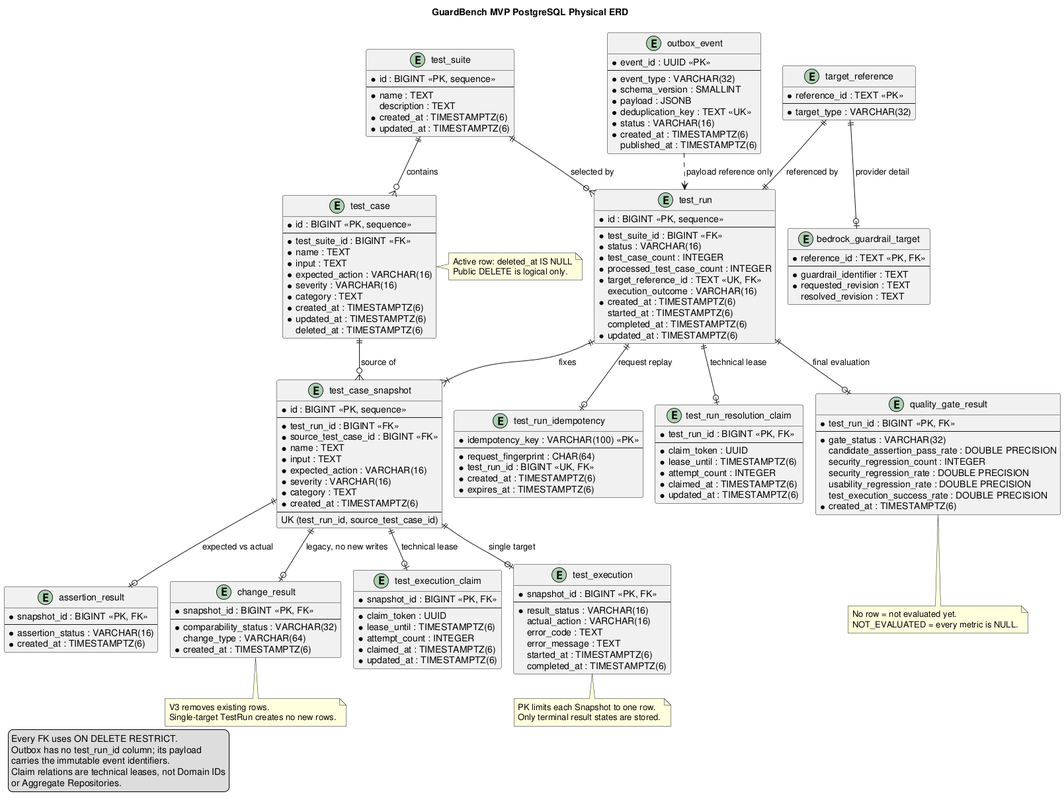
Earlier version of the PlantUML export docs/diagrams/guardbench-mvp-physical-erd.png (GuardBench/guardbench-backend).
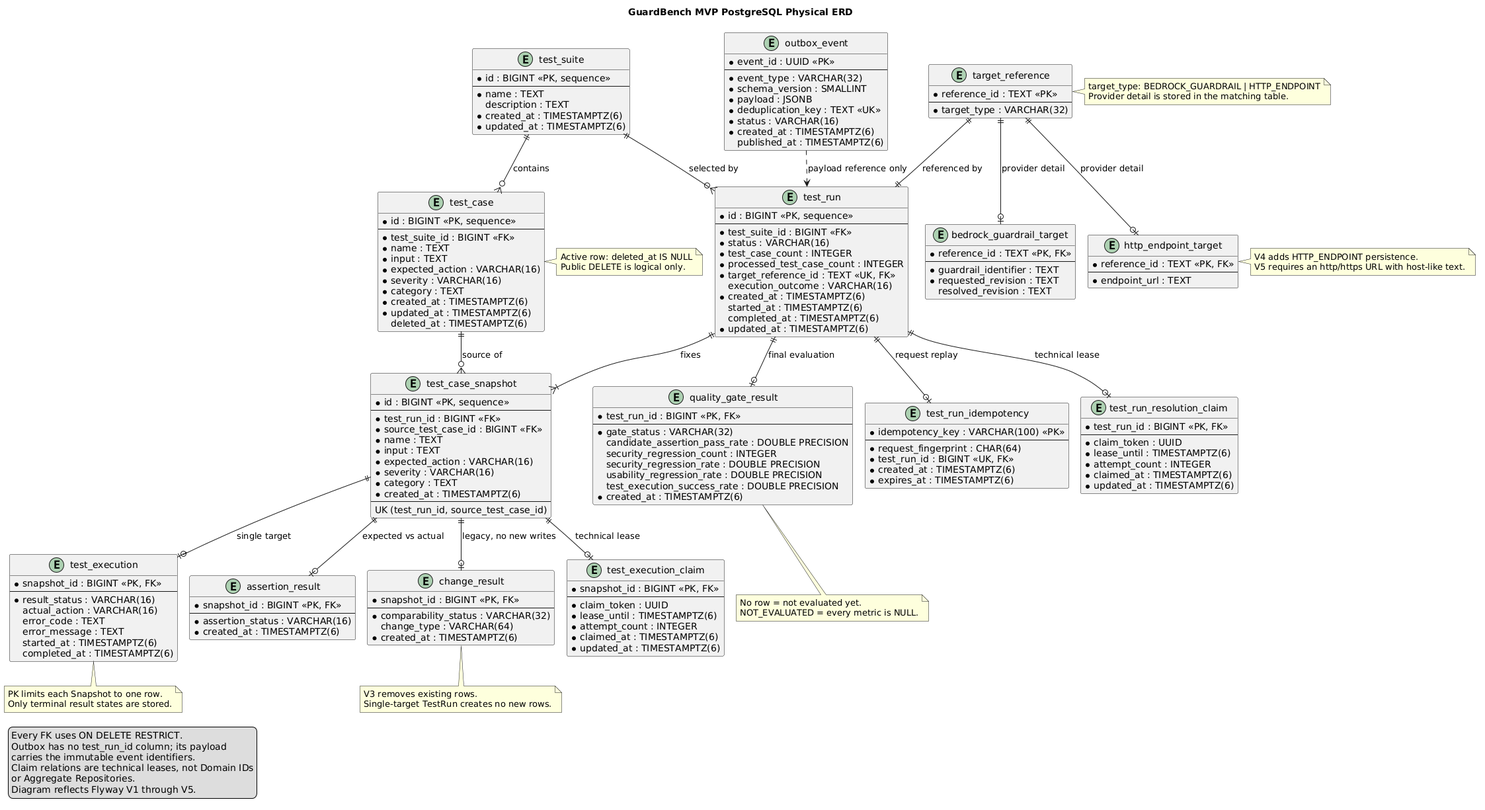
After the commit.

Commit message:
docs(erd): sync rendered physical ERD

What changed in the source:
```diff
@@ -62,6 +62,12 @@
   * guardrail_identifier : TEXT
   * requested_revision : TEXT
     resolved_revision : TEXT
+}
+
+entity "http_endpoint_target" as http_endpoint_target {
+  * reference_id : TEXT <<PK, FK>>
+  --
+  * endpoint_url : TEXT
 }
 
 entity "test_case_snapshot" as snapshot {
@@ -162,6 +168,7 @@
 test_suite ||--o{ test_run : selected by
 target_reference ||--|| test_run : referenced by
 target_reference ||--o| bedrock_target : provider detail
+target_reference ||--o| http_endpoint_target : provider detail
 test_run ||--|{ snapshot : fixes
 test_case ||--o{ snapshot : source of
 snapshot ||--o| execution : single target
@@ -172,6 +179,16 @@
 snapshot ||--o| change_result : legacy, no new writes
 test_run ||--o| quality_gate : final evaluation
 outbox ..> test_run : payload reference only
+
+note right of target_reference
+  target_type: BEDROCK_GUARDRAIL | HTTP_ENDPOINT
+  Provider detail is stored in the matching table.
+end note
+
+note right of http_endpoint_target
+  V4 adds HTTP_ENDPOINT persistence.
+  V5 requires an http/https URL with host-like text.
+end note
 
 note right of test_case
   Active row: deleted_at IS NULL
@@ -199,6 +216,7 @@
   carries the immutable event identifiers.
   Claim relations are technical leases, not Domain IDs
   or Aggregate Repositories.
+  Diagram reflects Flyway V1 through V5.
 endlegend
 
 @enduml
```
